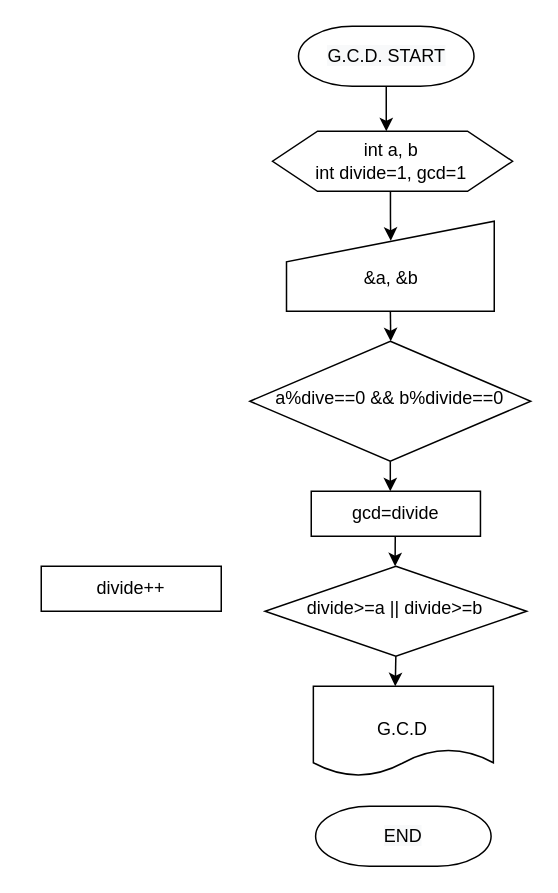
This is gcd.drawio from NAMSONGYOON/java8, a draw.io file, before an edit. Source tidied: cells renumbered, new cells numbered last; positions are measured from the earlier drawing's top-left corner, leaving out a move shared by most shapes. Both pictures are drawn from the tidied source at 150%, with x=0, y=0 at pixel (40, 26).
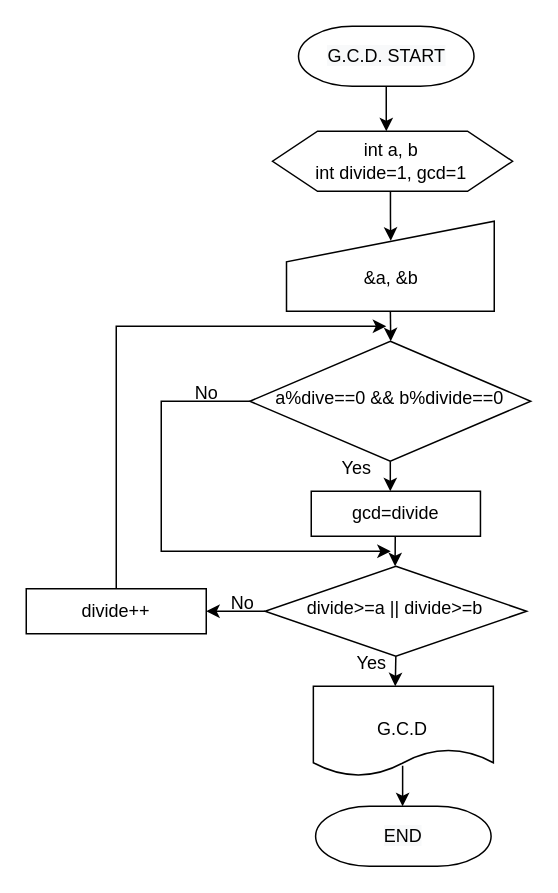
After the change.

Unchanged cells that the change refers to:
```xml
<mxCell id="3" value="a%dive==0 &amp;amp;&amp;amp; b%divide==0" style="rhombus;whiteSpace=wrap;html=1;shadow=0;fontFamily=Helvetica;fontSize=12;align=center;strokeWidth=1;spacing=6;spacingTop=-4;" parent="1" vertex="1">
  <mxGeometry x="139.1" y="210" width="187.2" height="80" as="geometry" />
</mxCell>
<mxCell id="10" value="divide&amp;gt;=a || divide&amp;gt;=b" style="rhombus;whiteSpace=wrap;html=1;shadow=0;fontFamily=Helvetica;fontSize=12;align=center;strokeWidth=1;spacing=6;spacingTop=-4;" parent="1" vertex="1">
  <mxGeometry x="149.2" y="360" width="174.4" height="60" as="geometry" />
</mxCell>
<mxCell id="11" value="&lt;br&gt;G.C.D" style="shape=document;whiteSpace=wrap;html=1;boundedLbl=1;shadow=0;glass=0;strokeWidth=1;" parent="1" vertex="1">
  <mxGeometry x="181.4" y="440" width="120" height="60" as="geometry" />
</mxCell>
<mxCell id="12" value="&lt;span style=&quot;color: rgb(0, 0, 0); font-family: Helvetica; font-size: 12px; font-style: normal; font-variant-ligatures: normal; font-variant-caps: normal; font-weight: 400; letter-spacing: normal; orphans: 2; text-indent: 0px; text-transform: none; widows: 2; word-spacing: 0px; -webkit-text-stroke-width: 0px; background-color: rgb(248, 249, 250); text-decoration-thickness: initial; text-decoration-style: initial; text-decoration-color: initial; float: none; display: inline !important;&quot;&gt;END&lt;/span&gt;" style="strokeWidth=1;html=1;shape=mxgraph.flowchart.terminator;whiteSpace=wrap;rounded=0;shadow=0;glass=0;align=center;" parent="1" vertex="1">
  <mxGeometry x="182.9" y="520" width="117" height="40" as="geometry" />
</mxCell>
```

The edit, as a diff of the source:
```diff
@@
+    <mxCell id="18" style="edgeStyle=orthogonalEdgeStyle;jettySize=auto;html=1;" parent="1" edge="1" source="10" target="13">
+      <mxGeometry relative="1" as="geometry" />
+    </mxCell>
@@
+    <mxCell id="19" style="edgeStyle=orthogonalEdgeStyle;jettySize=auto;html=1;exitX=0.496;exitY=0.883;exitDx=0;exitDy=0;exitPerimeter=0;" parent="1" edge="1" source="11" target="12">
+      <mxGeometry relative="1" as="geometry" />
+    </mxCell>
@@
     <mxCell id="13" value="divide++" style="rounded=0;whiteSpace=wrap;html=1;shadow=0;glass=0;strokeWidth=1;" parent="1" vertex="1">
-      <mxGeometry y="360" width="120" height="30" as="geometry" />
+      <mxGeometry x="-10" y="375" width="120" height="30" as="geometry" />
     </mxCell>
@@
+    <mxCell id="20" style="edgeStyle=segmentEdgeStyle;endArrow=classic;html=1;rounded=0;exitX=0.5;exitY=0;exitDx=0;exitDy=0;" parent="1" edge="1" source="13">
+      <mxGeometry relative="1" as="geometry">
+        <mxPoint x="230" y="200" as="targetPoint" />
+        <Array as="points">
+          <mxPoint x="50" y="200" />
+        </Array>
+      </mxGeometry>
+    </mxCell>
+    <mxCell id="21" style="edgeStyle=segmentEdgeStyle;endArrow=classic;html=1;rounded=0;exitX=0;exitY=0.5;exitDx=0;exitDy=0;" parent="1" edge="1" source="3">
+      <mxGeometry relative="1" as="geometry">
+        <mxPoint x="233" y="350" as="targetPoint" />
+        <Array as="points">
+          <mxPoint x="80" y="250" />
+        </Array>
+      </mxGeometry>
+    </mxCell>
+    <mxCell id="22" value="No" style="text;html=1;align=center;verticalAlign=middle;fillColor=none;strokeColor=none;rounded=0;shadow=0;glass=0;opacity=0;" parent="1" vertex="1">
+      <mxGeometry x="90" y="230" width="40" height="30" as="geometry" />
+    </mxCell>
+    <mxCell id="23" value="No" style="text;html=1;align=center;verticalAlign=middle;fillColor=none;strokeColor=none;rounded=0;shadow=0;glass=0;opacity=0;" parent="1" vertex="1">
+      <mxGeometry x="114.2" y="370" width="40" height="30" as="geometry" />
+    </mxCell>
+    <mxCell id="24" value="Yes" style="text;html=1;align=center;verticalAlign=middle;fillColor=none;strokeColor=none;rounded=0;shadow=0;glass=0;opacity=0;" parent="1" vertex="1">
+      <mxGeometry x="190" y="280" width="40" height="30" as="geometry" />
+    </mxCell>
+    <mxCell id="25" value="Yes" style="text;html=1;align=center;verticalAlign=middle;fillColor=none;strokeColor=none;rounded=0;shadow=0;glass=0;opacity=0;" parent="1" vertex="1">
+      <mxGeometry x="200" y="410" width="40" height="30" as="geometry" />
+    </mxCell>
```
